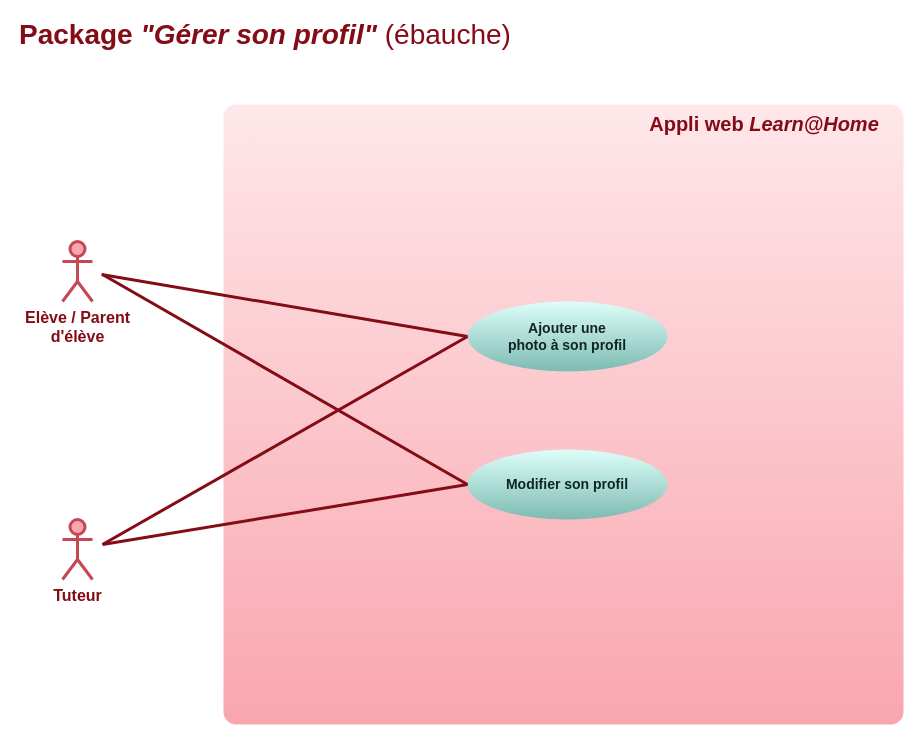
This is doc/use-cases-manage-profile.drawio from logic-fabric/LoicMangin_10_01052021, a draw.io file, before an edit. Source tidied: cells renumbered, new cells numbered last; positions are measured from the earlier drawing's top-left corner, leaving out a move shared by most shapes. Both pictures are drawn from the tidied source at 100%, with x=0, y=0 at pixel (17, 24).
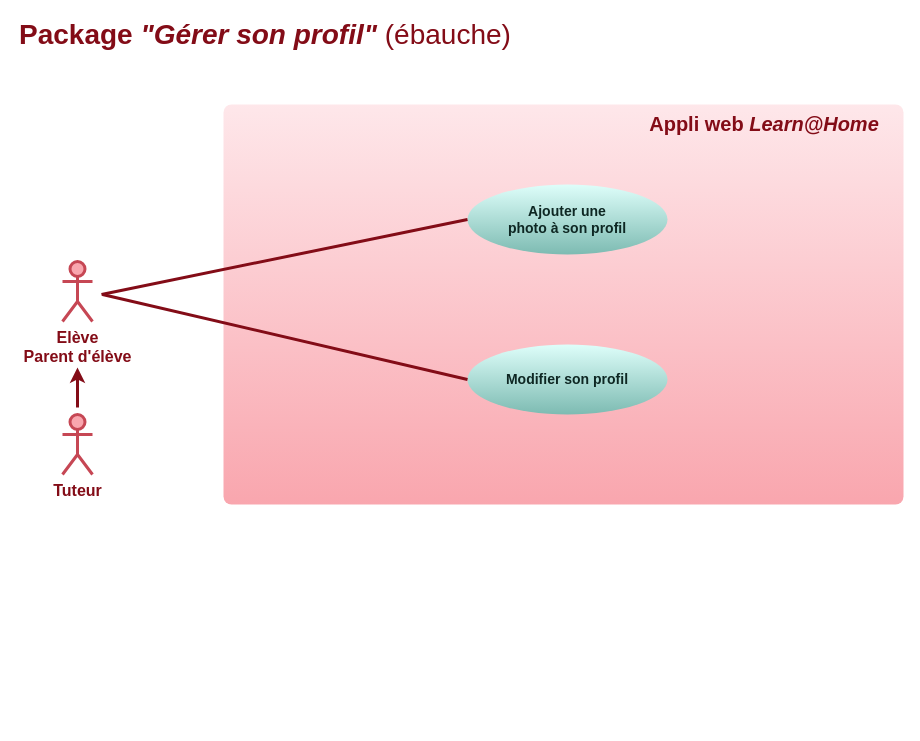
The same diagram, later.

Commit message (it also covers changes not shown here):
doc: simplify use-case-manage profile diagram

Diff of the diagram source:
```diff
@@
 <mxGraphModel background="#ffffff">
   <root>
     <mxCell id="0" />
     <mxCell id="1" parent="0" />
-    <mxCell id="2" value="&lt;font style=&quot;font-size: 16px&quot;&gt;Elève / Parent &lt;br&gt;d'élève&lt;/font&gt;" style="shape=umlActor;verticalLabelPosition=bottom;verticalAlign=top;html=1;strokeWidth=3;strokeColor=#C64754;fillColor=#f9a6ae;fontColor=#830C17;fontStyle=1;" parent="1" vertex="1">
-      <mxGeometry x="45" y="217" width="30" height="60" as="geometry" />
+    <mxCell id="2" value="&lt;font style=&quot;font-size: 16px&quot;&gt;Elève&lt;br&gt;Parent d'élève&lt;/font&gt;" style="shape=umlActor;verticalLabelPosition=bottom;verticalAlign=top;html=1;strokeWidth=3;strokeColor=#C64754;fillColor=#f9a6ae;fontColor=#830C17;fontStyle=1;" parent="1" vertex="1">
+      <mxGeometry x="45" y="237" width="30" height="60" as="geometry" />
     </mxCell>
     <mxCell id="3" value="&lt;font size=&quot;1&quot; color=&quot;#830c17&quot;&gt;&lt;span style=&quot;font-size: 28px&quot;&gt;&lt;b&gt;Package &lt;/b&gt;&lt;i style=&quot;font-weight: bold&quot;&gt;&quot;Gérer son profil&quot;&lt;/i&gt; (ébauche)&lt;/span&gt;&lt;/font&gt;" style="text;html=1;strokeColor=none;fillColor=none;align=left;verticalAlign=middle;whiteSpace=wrap;rounded=0;fontColor=#660000;" parent="1" vertex="1">
       <mxGeometry width="502" height="20" as="geometry" />
     </mxCell>
     <mxCell id="4" style="rounded=1;whiteSpace=wrap;html=1;fontColor=#660000;strokeWidth=3;strokeColor=none;fillColor=#F9A6AE;gradientColor=#fee7ea;gradientDirection=north;arcSize=2;" parent="1" vertex="1">
-      <mxGeometry x="206" y="80" width="680" height="620" as="geometry" />
+      <mxGeometry x="206" y="80" width="680" height="400" as="geometry" />
     </mxCell>
     <mxCell id="5" value="&lt;font style=&quot;font-size: 16px&quot;&gt;Tuteur&lt;br&gt;&lt;/font&gt;" style="shape=umlActor;verticalLabelPosition=bottom;verticalAlign=top;html=1;strokeWidth=3;strokeColor=#C64754;fillColor=#f9a6ae;fontColor=#830C17;fontStyle=1;" parent="1" vertex="1">
-      <mxGeometry x="45" y="495" width="30" height="60" as="geometry" />
+      <mxGeometry x="45" y="390" width="30" height="60" as="geometry" />
     </mxCell>
     <mxCell id="6" value="&lt;font color=&quot;#830c17&quot;&gt;&lt;span style=&quot;font-size: 20px&quot;&gt;&lt;b&gt;Appli web&lt;i&gt; Learn@Home&lt;/i&gt;&lt;/b&gt;&lt;/span&gt;&lt;/font&gt;" style="text;html=1;strokeColor=none;fillColor=none;align=center;verticalAlign=middle;whiteSpace=wrap;rounded=0;fontColor=#660000;" parent="1" vertex="1">
       <mxGeometry x="622" y="89" width="250" height="20" as="geometry" />
     </mxCell>
     <mxCell id="7" value="&lt;font&gt;&lt;b&gt;&lt;font style=&quot;font-size: 14px&quot;&gt;Modifier son profil&lt;/font&gt;&lt;br&gt;&lt;/b&gt;&lt;/font&gt;" style="ellipse;whiteSpace=wrap;html=1;rounded=1;strokeWidth=3;fontColor=#0e2723;strokeColor=none;fillColor=#defefa;gradientColor=#7dbbb2;" parent="1" vertex="1">
-      <mxGeometry x="450" y="425" width="200" height="70" as="geometry" />
+      <mxGeometry x="450" y="320" width="200" height="70" as="geometry" />
     </mxCell>
     <mxCell id="8" style="endArrow=none;html=1;fontColor=#0e2723;strokeWidth=3;strokeColor=#830C17;exitX=0;exitY=0.5;exitDx=0;exitDy=0;" parent="1" edge="1" source="7">
       <mxGeometry relative="1" as="geometry">
-        <mxPoint x="85" y="250" as="targetPoint" />
+        <mxPoint x="85" y="270" as="targetPoint" />
       </mxGeometry>
     </mxCell>
-    <mxCell id="9" style="endArrow=none;html=1;fontColor=#0e2723;strokeWidth=3;strokeColor=#830C17;exitX=0;exitY=0.5;exitDx=0;exitDy=0;" parent="1" edge="1" source="7">
-      <mxGeometry relative="1" as="geometry">
-        <mxPoint x="85" y="520" as="targetPoint" />
-      </mxGeometry>
-    </mxCell>
     <mxCell id="10" value="&lt;font style=&quot;font-size: 14px&quot;&gt;&lt;b&gt;Ajouter une &lt;br&gt;photo à son profil&lt;br&gt;&lt;/b&gt;&lt;/font&gt;" style="ellipse;whiteSpace=wrap;html=1;rounded=1;strokeWidth=3;fontColor=#0e2723;strokeColor=none;fillColor=#defefa;gradientColor=#7dbbb2;" parent="1" vertex="1">
-      <mxGeometry x="450" y="277" width="200" height="70" as="geometry" />
+      <mxGeometry x="450" y="160" width="200" height="70" as="geometry" />
     </mxCell>
     <mxCell id="11" style="endArrow=none;html=1;fontColor=#0e2723;strokeWidth=3;strokeColor=#830C17;exitX=0;exitY=0.5;exitDx=0;exitDy=0;" parent="1" edge="1" source="10">
       <mxGeometry relative="1" as="geometry">
-        <mxPoint x="84" y="250" as="targetPoint" />
+        <mxPoint x="84" y="270" as="targetPoint" />
       </mxGeometry>
     </mxCell>
-    <mxCell id="12" style="endArrow=none;html=1;fontColor=#0e2723;strokeWidth=3;strokeColor=#830C17;exitX=0;exitY=0.5;exitDx=0;exitDy=0;" parent="1" edge="1" source="10">
-      <mxGeometry relative="1" as="geometry">
-        <mxPoint x="85" y="520" as="targetPoint" />
-      </mxGeometry>
-    </mxCell>
+    <mxCell id="13" style="endArrow=classic;html=1;fontColor=#0e2723;strokeWidth=3;strokeColor=#830C17;" parent="1" edge="1">
+      <mxGeometry relative="1" as="geometry">
+        <mxPoint x="60" y="383" as="sourcePoint" />
+        <mxPoint x="60" y="343" as="targetPoint" />
+      </mxGeometry>
+    </mxCell>
   </root>
 </mxGraphModel>
```
